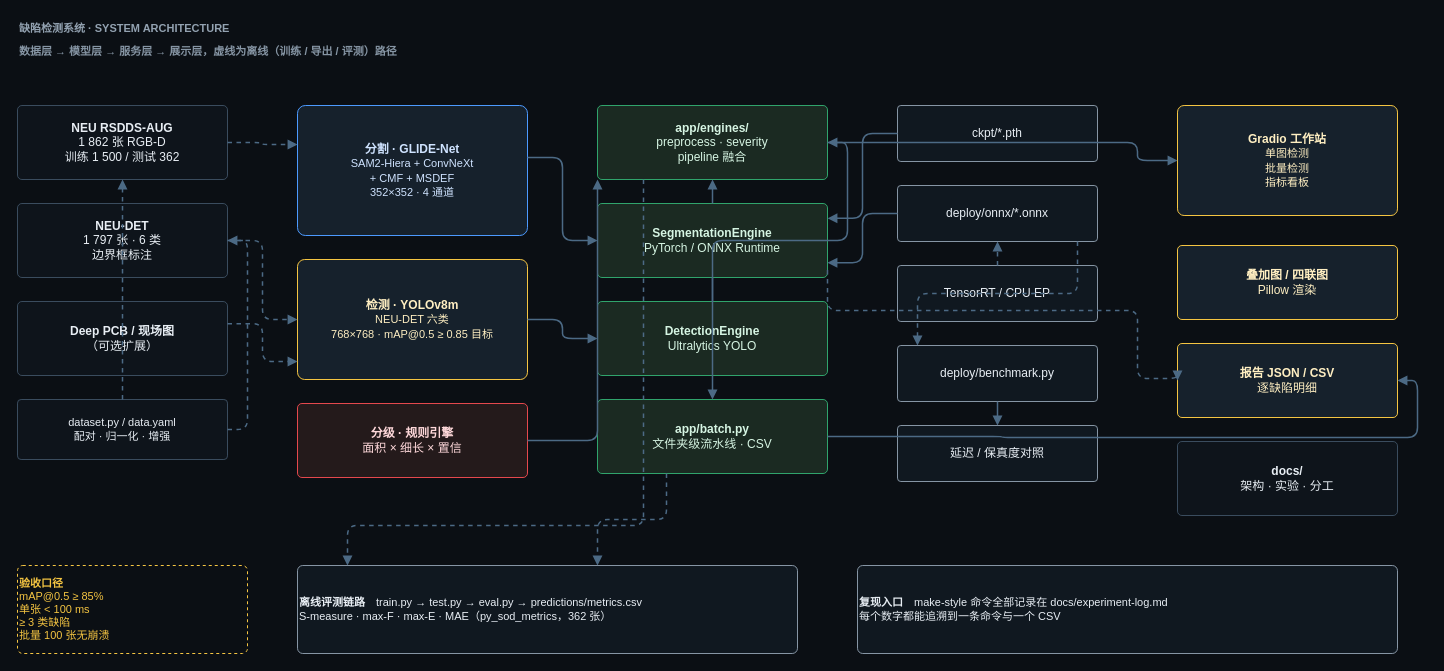
The draw.io diagram docs/assets/system-architecture.drawio in relight-developer/GLIDE-Net, before the edit. Source tidied: cells renumbered, new cells numbered last; positions are measured from the earlier drawing's top-left corner, leaving out a move shared by most shapes. Both pictures are drawn from the tidied source at 100%, with x=0, y=0 at pixel (17, 17).
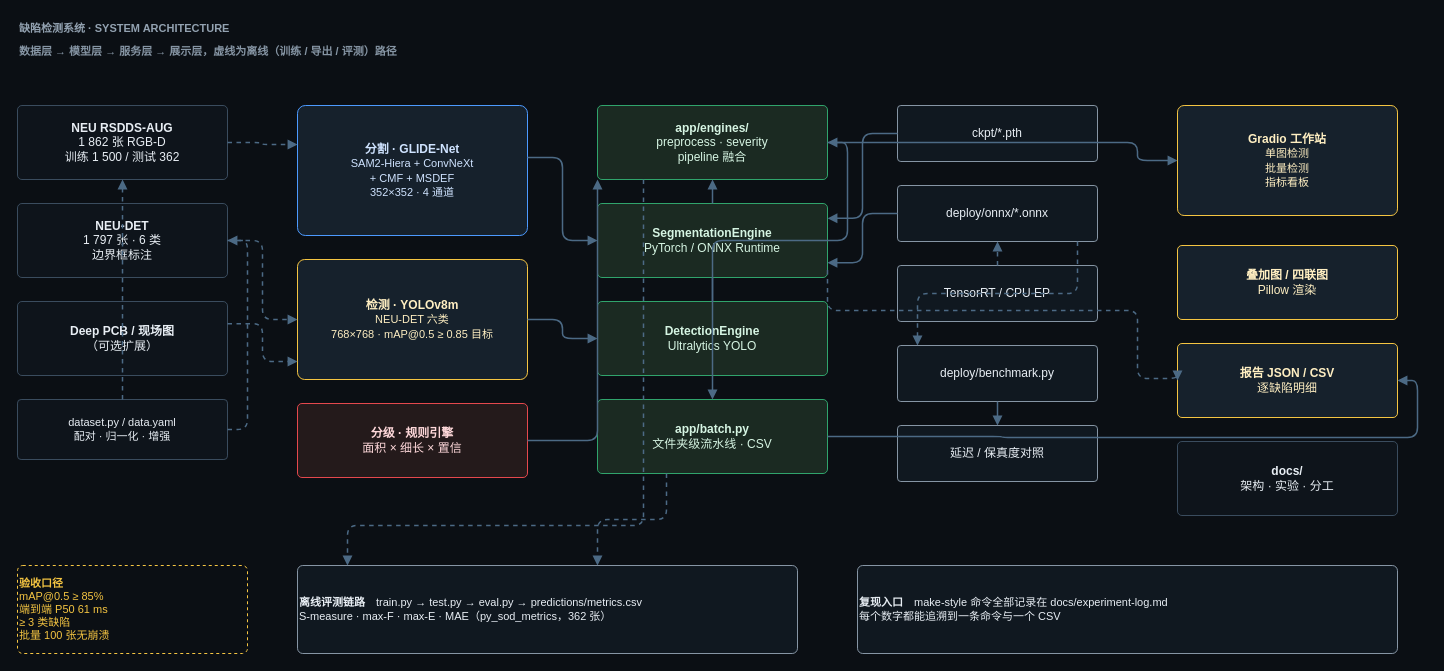
The same diagram, later.

Commit message (it also covers changes not shown here):
fix(tools): 修掉幻灯片图片被压扁、表格压字等问题，重写讲稿用语

Change to the diagram source:
```diff
@@
-    <mxCell id="26" value="&lt;b&gt;验收口径&lt;/b&gt;&lt;br/&gt;&lt;span style='font-size:11px'&gt;mAP@0.5 ≥ 85%&lt;br/&gt;单张 &lt; 100 ms&lt;br/&gt;≥ 3 类缺陷&lt;br/&gt;批量 100 张无崩溃&lt;/span&gt;" style="rounded=1;whiteSpace=wrap;html=1;fillColor=#0B0F14;strokeColor=#F5C542;fontColor=#F5C542;dashed=1;fontFamily=Helvetica;fontSize=12;verticalAlign=middle;arcSize=6;fontSize=11;align=left;" parent="1" vertex="1">
+    <mxCell id="26" value="&lt;b&gt;验收口径&lt;/b&gt;&lt;br/&gt;&lt;span style='font-size:11px'&gt;mAP@0.5 ≥ 85%&lt;br/&gt;端到端 P50 61 ms&lt;br/&gt;≥ 3 类缺陷&lt;br/&gt;批量 100 张无崩溃&lt;/span&gt;" style="rounded=1;whiteSpace=wrap;html=1;fillColor=#0B0F14;strokeColor=#F5C542;fontColor=#F5C542;dashed=1;fontFamily=Helvetica;fontSize=12;verticalAlign=middle;arcSize=6;fontSize=11;align=left;" parent="1" vertex="1">
       <mxGeometry y="548" width="230" height="88" as="geometry" />
     </mxCell>
```
